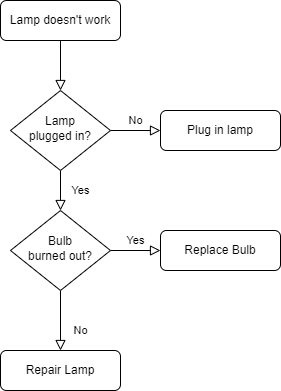
Arthas0806/BookMark keeps this draw.io diagram as 최종프로젝트 플로우차트.drawio.png. Above is the earlier version. Source tidied: cells renumbered, new cells last; positions are measured from the earlier drawing's top-left corner, leaving out a move shared by most shapes.
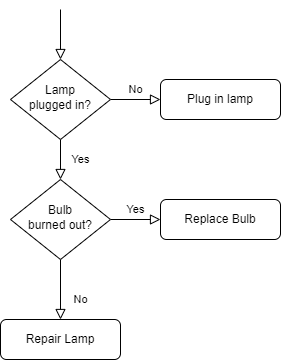
Above is the later version.

Commit message:
Update 최종프로젝트 플로우차트.drawio.png

Diff of the diagram source:
```diff
@@ -2,12 +2,11 @@
   <root>
     <mxCell id="0" />
     <mxCell id="1" parent="0" />
-    <mxCell id="2" style="rounded=0;html=1;jettySize=auto;fontSize=11;endArrow=block;endFill=0;endSize=8;strokeWidth=1;shadow=0;labelBackgroundColor=none;edgeStyle=orthogonalEdgeStyle;" parent="1" edge="1" source="3" target="6">
-      <mxGeometry relative="1" as="geometry" />
+    <mxCell id="2" style="rounded=0;html=1;jettySize=auto;fontSize=11;endArrow=block;endFill=0;endSize=8;strokeWidth=1;shadow=0;labelBackgroundColor=none;edgeStyle=orthogonalEdgeStyle;" parent="1" edge="1" target="6">
+      <mxGeometry relative="1" as="geometry">
+        <mxPoint x="60" y="40" as="sourcePoint" />
+      </mxGeometry>
     </mxCell>
-    <mxCell id="3" value="Lamp doesn't work" style="rounded=1;whiteSpace=wrap;html=1;fontSize=12;glass=0;strokeWidth=1;shadow=0;" parent="1" vertex="1">
-      <mxGeometry width="120" height="40" as="geometry" />
-    </mxCell>
     <mxCell id="4" value="Yes" style="rounded=0;html=1;jettySize=auto;fontSize=11;endArrow=block;endFill=0;endSize=8;strokeWidth=1;shadow=0;labelBackgroundColor=none;edgeStyle=orthogonalEdgeStyle;" parent="1" edge="1" source="6" target="10">
       <mxGeometry y="20" relative="1" as="geometry" />
     </mxCell>
```
